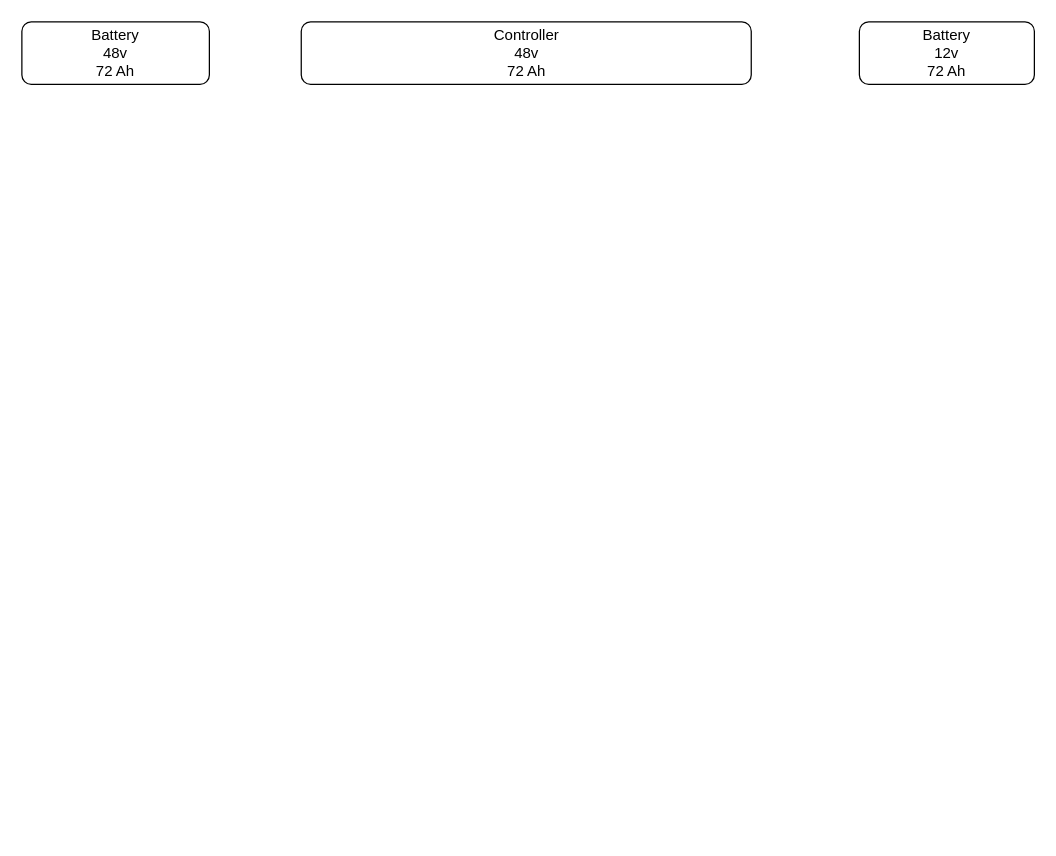
Above: ev-controller-scheme.drawio in diviatrix/electric-vehicle-schemes (draw.io), before the change. Source tidied: cells renumbered, new cells numbered last; positions are measured from the earlier drawing's top-left corner, leaving out a move shared by most shapes. Both pictures are drawn from the tidied source at 125%, with x=0, y=0 at pixel (21, 21).
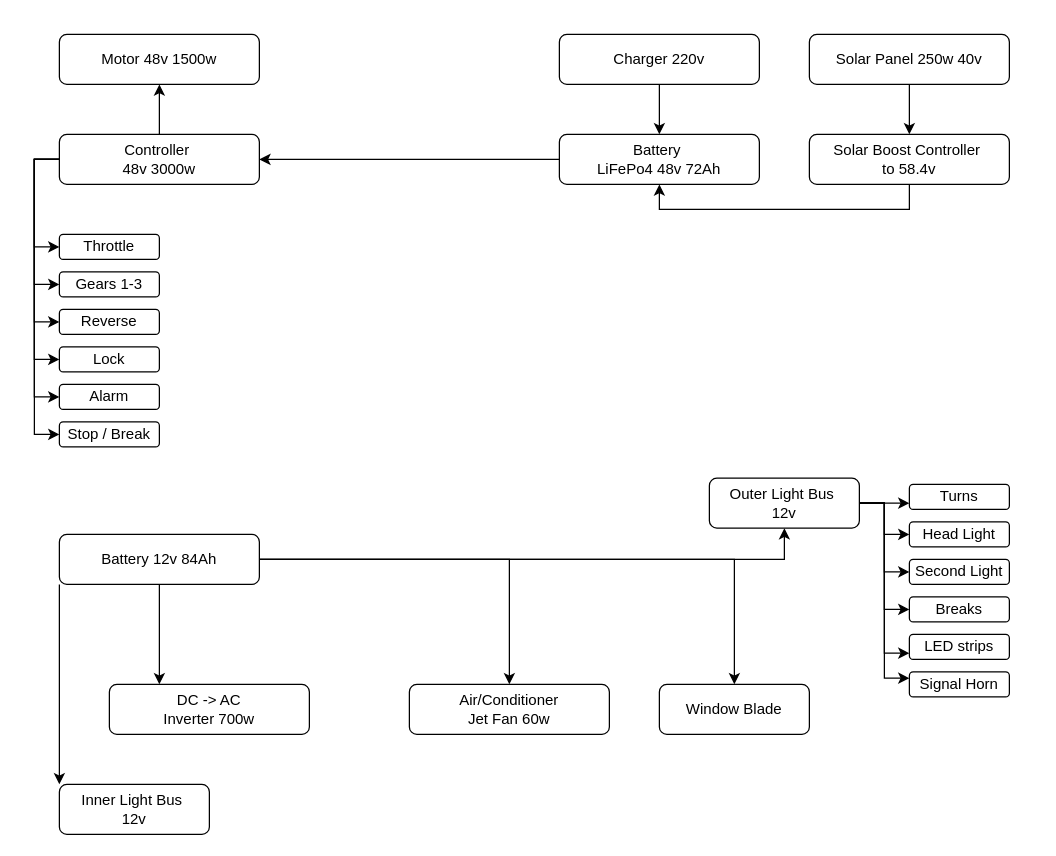
Above is the later version.

What changed in the source:
```diff
@@
+    <mxCell id="5" style="edgeStyle=orthogonalEdgeStyle;rounded=0;jettySize=auto;html=1;entryX=1;entryY=0.5;entryDx=0;entryDy=0;" parent="1" edge="1" source="2" target="3">
+      <mxGeometry relative="1" as="geometry" />
+    </mxCell>
-    <mxCell id="2" value="&lt;div&gt;Battery&lt;/div&gt;&lt;div&gt;48v&lt;/div&gt;72 Ah" style="rounded=1;whiteSpace=wrap;html=1;" parent="1" vertex="1">
-      <mxGeometry width="150" height="50" as="geometry" />
+    <mxCell id="2" value="&lt;div&gt;Battery&amp;nbsp;&lt;/div&gt;&lt;div&gt;&lt;span style=&quot;background-color: transparent; color: light-dark(rgb(0, 0, 0), rgb(255, 255, 255));&quot;&gt;LiFePo4 48v&amp;nbsp;&lt;/span&gt;&lt;span style=&quot;background-color: transparent; color: light-dark(rgb(0, 0, 0), rgb(255, 255, 255));&quot;&gt;72Ah&lt;/span&gt;&lt;/div&gt;" style="rounded=1;whiteSpace=wrap;html=1;" parent="1" vertex="1">
+      <mxGeometry x="430" y="90" width="160" height="40" as="geometry" />
     </mxCell>
+    <mxCell id="6" style="edgeStyle=orthogonalEdgeStyle;rounded=0;jettySize=auto;html=1;exitX=0.5;exitY=0;exitDx=0;exitDy=0;entryX=0.5;entryY=1;entryDx=0;entryDy=0;" parent="1" edge="1" source="3" target="39">
+      <mxGeometry relative="1" as="geometry" />
+    </mxCell>
+    <mxCell id="7" style="edgeStyle=orthogonalEdgeStyle;rounded=0;jettySize=auto;html=1;entryX=0;entryY=0.5;entryDx=0;entryDy=0;exitX=0;exitY=0.5;exitDx=0;exitDy=0;" parent="1" edge="1" source="3" target="30">
+      <mxGeometry relative="1" as="geometry" />
+    </mxCell>
+    <mxCell id="8" style="edgeStyle=orthogonalEdgeStyle;rounded=0;jettySize=auto;html=1;entryX=0;entryY=0.5;entryDx=0;entryDy=0;exitX=0;exitY=0.5;exitDx=0;exitDy=0;" parent="1" edge="1" source="3" target="33">
+      <mxGeometry relative="1" as="geometry" />
+    </mxCell>
+    <mxCell id="9" style="edgeStyle=orthogonalEdgeStyle;rounded=0;jettySize=auto;html=1;entryX=0;entryY=0.5;entryDx=0;entryDy=0;exitX=0;exitY=0.5;exitDx=0;exitDy=0;" parent="1" edge="1" source="3" target="34">
+      <mxGeometry relative="1" as="geometry" />
+    </mxCell>
+    <mxCell id="10" style="edgeStyle=orthogonalEdgeStyle;rounded=0;jettySize=auto;html=1;entryX=0;entryY=0.5;entryDx=0;entryDy=0;exitX=0;exitY=0.5;exitDx=0;exitDy=0;" parent="1" edge="1" source="3" target="40">
+      <mxGeometry relative="1" as="geometry" />
+    </mxCell>
+    <mxCell id="11" style="edgeStyle=orthogonalEdgeStyle;rounded=0;jettySize=auto;html=1;entryX=0;entryY=0.5;entryDx=0;entryDy=0;exitX=0;exitY=0.5;exitDx=0;exitDy=0;" parent="1" edge="1" source="3" target="41">
+      <mxGeometry relative="1" as="geometry" />
+    </mxCell>
+    <mxCell id="12" style="edgeStyle=orthogonalEdgeStyle;rounded=0;jettySize=auto;html=1;entryX=0;entryY=0.5;entryDx=0;entryDy=0;exitX=0;exitY=0.5;exitDx=0;exitDy=0;" parent="1" edge="1" source="3" target="42">
+      <mxGeometry relative="1" as="geometry" />
+    </mxCell>
-    <mxCell id="3" value="&lt;div&gt;&lt;span style=&quot;background-color: transparent; color: light-dark(rgb(0, 0, 0), rgb(255, 255, 255));&quot;&gt;Controller&lt;/span&gt;&lt;/div&gt;&lt;div&gt;&lt;span style=&quot;background-color: transparent; color: light-dark(rgb(0, 0, 0), rgb(255, 255, 255));&quot;&gt;48v&lt;/span&gt;&lt;/div&gt;72 Ah" style="rounded=1;whiteSpace=wrap;html=1;" parent="1" vertex="1">
-      <mxGeometry x="223.5" width="360" height="50" as="geometry" />
+    <mxCell id="3" value="&lt;div&gt;&lt;span style=&quot;background-color: transparent; color: light-dark(rgb(0, 0, 0), rgb(255, 255, 255));&quot;&gt;Controller&amp;nbsp;&lt;/span&gt;&lt;/div&gt;&lt;div&gt;&lt;span style=&quot;background-color: transparent; color: light-dark(rgb(0, 0, 0), rgb(255, 255, 255));&quot;&gt;48v 3000w&lt;/span&gt;&lt;/div&gt;" style="rounded=1;whiteSpace=wrap;html=1;" parent="1" vertex="1">
+      <mxGeometry x="30" y="90" width="160" height="40" as="geometry" />
     </mxCell>
+    <mxCell id="13" style="edgeStyle=orthogonalEdgeStyle;rounded=0;jettySize=auto;html=1;exitX=1;exitY=0.5;exitDx=0;exitDy=0;" parent="1" edge="1" source="4" target="19">
+      <mxGeometry relative="1" as="geometry" />
+    </mxCell>
+    <mxCell id="14" style="edgeStyle=orthogonalEdgeStyle;rounded=0;jettySize=auto;html=1;exitX=1;exitY=0.5;exitDx=0;exitDy=0;" parent="1" edge="1" source="4" target="28">
+      <mxGeometry relative="1" as="geometry" />
+    </mxCell>
+    <mxCell id="15" style="edgeStyle=orthogonalEdgeStyle;rounded=0;jettySize=auto;html=1;exitX=0.5;exitY=1;exitDx=0;exitDy=0;entryX=0.25;entryY=0;entryDx=0;entryDy=0;" parent="1" edge="1" source="4" target="18">
+      <mxGeometry relative="1" as="geometry" />
+    </mxCell>
+    <mxCell id="16" style="edgeStyle=orthogonalEdgeStyle;rounded=0;jettySize=auto;html=1;exitX=0;exitY=1;exitDx=0;exitDy=0;entryX=0;entryY=0;entryDx=0;entryDy=0;" parent="1" edge="1" source="4" target="27">
+      <mxGeometry relative="1" as="geometry" />
+    </mxCell>
+    <mxCell id="17" style="edgeStyle=orthogonalEdgeStyle;rounded=0;jettySize=auto;html=1;entryX=0.5;entryY=1;entryDx=0;entryDy=0;" parent="1" edge="1" source="4" target="26">
+      <mxGeometry relative="1" as="geometry" />
+    </mxCell>
-    <mxCell id="4" value="&lt;div&gt;Battery&lt;/div&gt;&lt;div&gt;12v&lt;/div&gt;72 Ah" style="rounded=1;whiteSpace=wrap;html=1;" parent="1" vertex="1">
-      <mxGeometry x="670" width="140" height="50" as="geometry" />
+    <mxCell id="4" value="&lt;div&gt;Battery&amp;nbsp;&lt;span style=&quot;background-color: transparent; color: light-dark(rgb(0, 0, 0), rgb(255, 255, 255));&quot;&gt;12v 84&lt;/span&gt;&lt;span style=&quot;background-color: transparent; color: light-dark(rgb(0, 0, 0), rgb(255, 255, 255));&quot;&gt;Ah&lt;/span&gt;&lt;/div&gt;" style="rounded=1;whiteSpace=wrap;html=1;" parent="1" vertex="1">
+      <mxGeometry x="30" y="410" width="160" height="40" as="geometry" />
     </mxCell>
+    <mxCell id="18" value="DC -&amp;gt; AC&lt;div&gt;Inverter 700w&lt;/div&gt;" style="rounded=1;whiteSpace=wrap;html=1;" parent="1" vertex="1">
+      <mxGeometry x="70" y="530" width="160" height="40" as="geometry" />
+    </mxCell>
+    <mxCell id="19" value="Air/Conditioner&lt;div&gt;Jet Fan 60w&lt;/div&gt;" style="rounded=1;whiteSpace=wrap;html=1;" parent="1" vertex="1">
+      <mxGeometry x="310" y="530" width="160" height="40" as="geometry" />
+    </mxCell>
+    <mxCell id="20" style="edgeStyle=orthogonalEdgeStyle;rounded=0;jettySize=auto;html=1;entryX=0;entryY=0.75;entryDx=0;entryDy=0;" parent="1" edge="1" source="26" target="47">
+      <mxGeometry relative="1" as="geometry" />
+    </mxCell>
+    <mxCell id="21" style="edgeStyle=orthogonalEdgeStyle;rounded=0;jettySize=auto;html=1;entryX=0;entryY=0.5;entryDx=0;entryDy=0;" parent="1" edge="1" source="26" target="46">
+      <mxGeometry relative="1" as="geometry" />
+    </mxCell>
+    <mxCell id="22" style="edgeStyle=orthogonalEdgeStyle;rounded=0;jettySize=auto;html=1;entryX=0;entryY=0.5;entryDx=0;entryDy=0;" parent="1" edge="1" source="26" target="45">
+      <mxGeometry relative="1" as="geometry" />
+    </mxCell>
+    <mxCell id="23" style="edgeStyle=orthogonalEdgeStyle;rounded=0;jettySize=auto;html=1;entryX=0;entryY=0.5;entryDx=0;entryDy=0;" parent="1" edge="1" source="26" target="44">
+      <mxGeometry relative="1" as="geometry" />
+    </mxCell>
+    <mxCell id="24" style="edgeStyle=orthogonalEdgeStyle;rounded=0;jettySize=auto;html=1;entryX=0;entryY=0.75;entryDx=0;entryDy=0;" parent="1" edge="1" source="26" target="43">
+      <mxGeometry relative="1" as="geometry" />
+    </mxCell>
+    <mxCell id="25" style="edgeStyle=orthogonalEdgeStyle;rounded=0;jettySize=auto;html=1;entryX=0;entryY=0.25;entryDx=0;entryDy=0;" parent="1" edge="1" source="26" target="29">
+      <mxGeometry relative="1" as="geometry" />
+    </mxCell>
+    <mxCell id="26" value="Outer Light Bus&amp;nbsp;&lt;div&gt;12v&lt;/div&gt;" style="rounded=1;whiteSpace=wrap;html=1;" parent="1" vertex="1">
+      <mxGeometry x="550" y="365" width="120" height="40" as="geometry" />
+    </mxCell>
+    <mxCell id="27" value="Inner Light Bus&amp;nbsp;&lt;div&gt;12v&lt;/div&gt;" style="rounded=1;whiteSpace=wrap;html=1;" parent="1" vertex="1">
+      <mxGeometry x="30" y="610" width="120" height="40" as="geometry" />
+    </mxCell>
+    <mxCell id="28" value="Window Blade" style="rounded=1;whiteSpace=wrap;html=1;" parent="1" vertex="1">
+      <mxGeometry x="510" y="530" width="120" height="40" as="geometry" />
+    </mxCell>
+    <mxCell id="29" value="Signal Horn" style="rounded=1;whiteSpace=wrap;html=1;" parent="1" vertex="1">
+      <mxGeometry x="710" y="520" width="80" height="20" as="geometry" />
+    </mxCell>
+    <mxCell id="30" value="&lt;div&gt;Throttle&lt;/div&gt;" style="rounded=1;whiteSpace=wrap;html=1;" parent="1" vertex="1">
+      <mxGeometry x="30" y="170" width="80" height="20" as="geometry" />
+    </mxCell>
+    <mxCell id="31" style="edgeStyle=orthogonalEdgeStyle;rounded=0;jettySize=auto;html=1;exitX=0.5;exitY=1;exitDx=0;exitDy=0;entryX=0.5;entryY=0;entryDx=0;entryDy=0;" parent="1" edge="1" source="32" target="2">
+      <mxGeometry relative="1" as="geometry" />
+    </mxCell>
+    <mxCell id="32" value="&lt;div&gt;Charger 220v&lt;/div&gt;" style="rounded=1;whiteSpace=wrap;html=1;" parent="1" vertex="1">
+      <mxGeometry x="430" y="10" width="160" height="40" as="geometry" />
+    </mxCell>
+    <mxCell id="33" value="Gears 1-3" style="rounded=1;whiteSpace=wrap;html=1;" parent="1" vertex="1">
+      <mxGeometry x="30" y="200" width="80" height="20" as="geometry" />
+    </mxCell>
+    <mxCell id="34" value="&lt;div&gt;Reverse&lt;/div&gt;" style="rounded=1;whiteSpace=wrap;html=1;" parent="1" vertex="1">
+      <mxGeometry x="30" y="230" width="80" height="20" as="geometry" />
+    </mxCell>
+    <mxCell id="35" style="edgeStyle=orthogonalEdgeStyle;rounded=0;jettySize=auto;html=1;entryX=0.5;entryY=0;entryDx=0;entryDy=0;" parent="1" edge="1" source="36" target="38">
+      <mxGeometry relative="1" as="geometry" />
+    </mxCell>
+    <mxCell id="36" value="&lt;div&gt;Solar Panel 250w 40v&lt;/div&gt;" style="rounded=1;whiteSpace=wrap;html=1;" parent="1" vertex="1">
+      <mxGeometry x="630" y="10" width="160" height="40" as="geometry" />
+    </mxCell>
+    <mxCell id="37" style="edgeStyle=orthogonalEdgeStyle;rounded=0;jettySize=auto;html=1;entryX=0.5;entryY=1;entryDx=0;entryDy=0;exitX=0.5;exitY=1;exitDx=0;exitDy=0;" parent="1" edge="1" source="38" target="2">
+      <mxGeometry relative="1" as="geometry" />
+    </mxCell>
+    <mxCell id="38" value="&lt;div&gt;Solar Boost Controller&amp;nbsp;&lt;/div&gt;&lt;div&gt;to 58.4v&lt;/div&gt;" style="rounded=1;whiteSpace=wrap;html=1;" parent="1" vertex="1">
+      <mxGeometry x="630" y="90" width="160" height="40" as="geometry" />
+    </mxCell>
+    <mxCell id="39" value="&lt;div&gt;&lt;span style=&quot;background-color: transparent; color: light-dark(rgb(0, 0, 0), rgb(255, 255, 255));&quot;&gt;Motor 48v 1500&lt;/span&gt;&lt;span style=&quot;background-color: transparent; color: light-dark(rgb(0, 0, 0), rgb(255, 255, 255));&quot;&gt;w&lt;/span&gt;&lt;/div&gt;" style="rounded=1;whiteSpace=wrap;html=1;" parent="1" vertex="1">
+      <mxGeometry x="30" y="10" width="160" height="40" as="geometry" />
+    </mxCell>
+    <mxCell id="40" value="&lt;div&gt;Lock&lt;/div&gt;" style="rounded=1;whiteSpace=wrap;html=1;" parent="1" vertex="1">
+      <mxGeometry x="30" y="260" width="80" height="20" as="geometry" />
+    </mxCell>
+    <mxCell id="41" value="&lt;div&gt;Alarm&lt;/div&gt;" style="rounded=1;whiteSpace=wrap;html=1;" parent="1" vertex="1">
+      <mxGeometry x="30" y="290" width="80" height="20" as="geometry" />
+    </mxCell>
+    <mxCell id="42" value="&lt;div&gt;Stop / Break&lt;/div&gt;" style="rounded=1;whiteSpace=wrap;html=1;" parent="1" vertex="1">
+      <mxGeometry x="30" y="320" width="80" height="20" as="geometry" />
+    </mxCell>
+    <mxCell id="43" value="Turns" style="rounded=1;whiteSpace=wrap;html=1;" parent="1" vertex="1">
+      <mxGeometry x="710" y="370" width="80" height="20" as="geometry" />
+    </mxCell>
+    <mxCell id="44" value="Head Light" style="rounded=1;whiteSpace=wrap;html=1;" parent="1" vertex="1">
+      <mxGeometry x="710" y="400" width="80" height="20" as="geometry" />
+    </mxCell>
+    <mxCell id="45" value="Second Light" style="rounded=1;whiteSpace=wrap;html=1;" parent="1" vertex="1">
+      <mxGeometry x="710" y="430" width="80" height="20" as="geometry" />
+    </mxCell>
+    <mxCell id="46" value="Breaks" style="rounded=1;whiteSpace=wrap;html=1;" parent="1" vertex="1">
+      <mxGeometry x="710" y="460" width="80" height="20" as="geometry" />
+    </mxCell>
+    <mxCell id="47" value="LED strips" style="rounded=1;whiteSpace=wrap;html=1;" parent="1" vertex="1">
+      <mxGeometry x="710" y="490" width="80" height="20" as="geometry" />
+    </mxCell>
```
